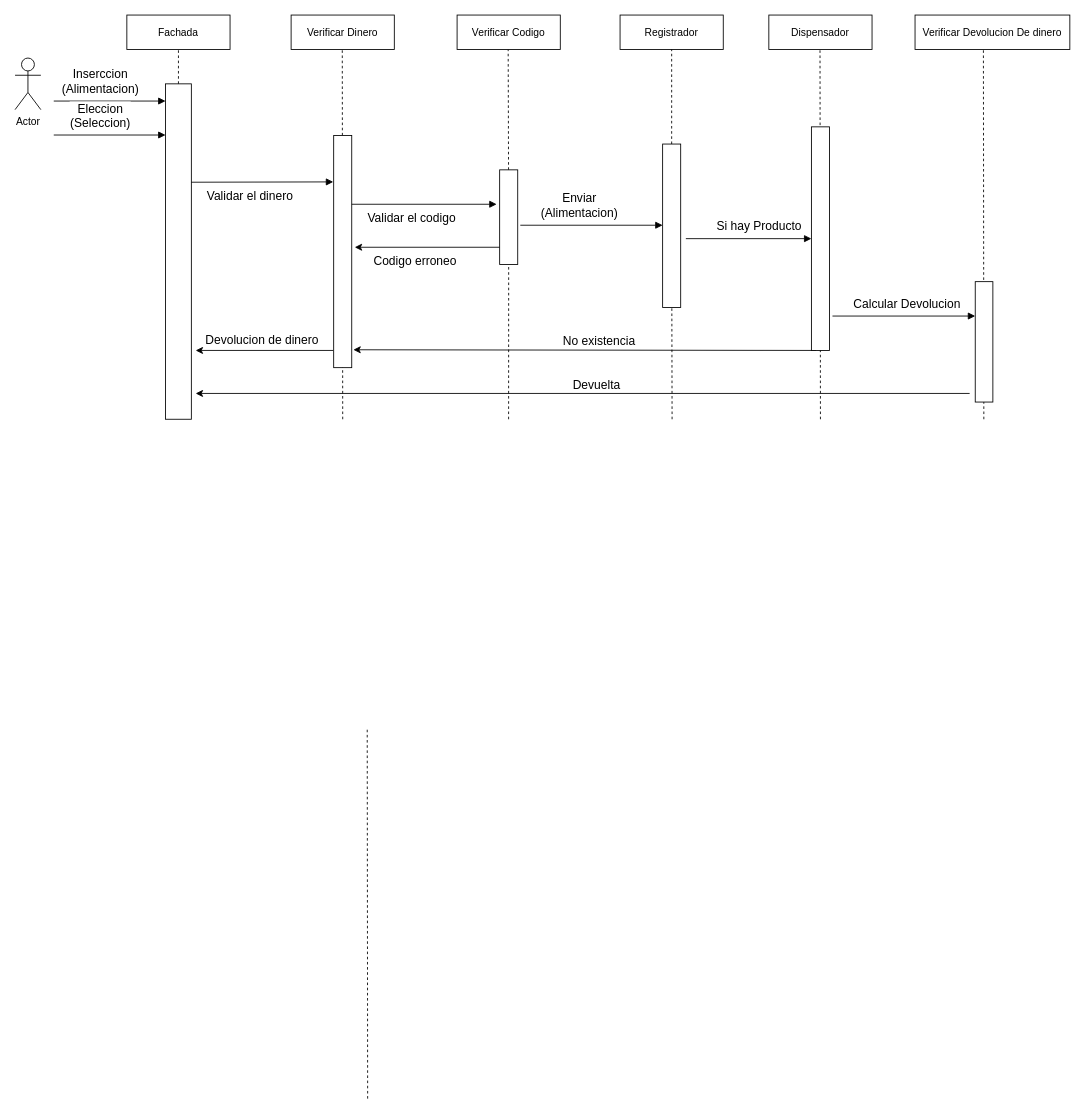
The draw.io diagram DiagramaSecuencias.drawio in DarkJ-18/DiagramaClasesKamiapp, before the edit. Source tidied: cells renumbered, new cells numbered last; positions are measured from the earlier drawing's top-left corner, leaving out a move shared by most shapes. Both pictures are drawn from the tidied source at 86%, with x=0, y=0 at pixel (15, 15).
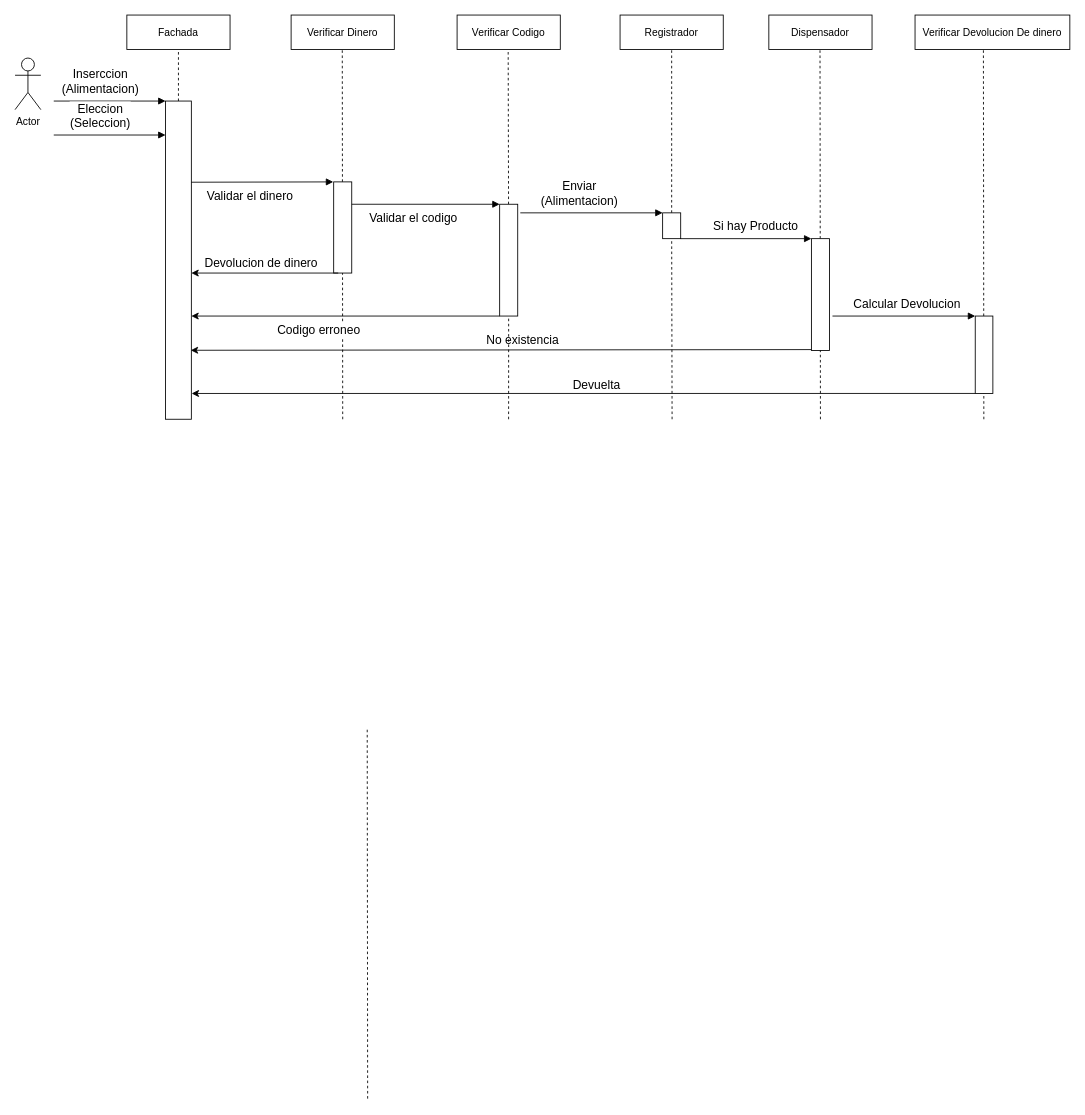
The same diagram, later.

Commit message:
se actualiza el diagrama de secuencias

Diff of the diagram source:
```diff
@@
     <mxCell id="13" style="rounded=0;whiteSpace=wrap;html=1;" parent="1" vertex="1">
-      <mxGeometry x="175" y="80" width="30" height="390" as="geometry" />
+      <mxGeometry x="175" y="100" width="30" height="370" as="geometry" />
     </mxCell>
@@
     <mxCell id="16" value="&lt;br&gt;" style="html=1;verticalAlign=top;endArrow=block;horizontal=0;" parent="1" edge="1">
       <mxGeometry relative="1" as="geometry">
-        <mxPoint x="587.5" y="244.4" as="sourcePoint" />
-        <mxPoint x="753" y="244.4" as="targetPoint" />
+        <mxPoint x="587.5" y="230" as="sourcePoint" />
+        <mxPoint x="753" y="230" as="targetPoint" />
       </mxGeometry>
     </mxCell>
@@
-    <mxCell id="18" value="&lt;br&gt;" style="html=1;verticalAlign=top;endArrow=none;horizontal=0;startArrow=classic;startFill=1;endFill=0;entryX=0.25;entryY=1;entryDx=0;entryDy=0;exitX=1.09;exitY=0.923;exitDx=0;exitDy=0;exitPerimeter=0;" parent="1" edge="1" source="26" target="23">
-      <mxGeometry relative="1" as="geometry" />
+    <mxCell id="18" value="&lt;br&gt;" style="html=1;verticalAlign=top;endArrow=none;horizontal=0;startArrow=classic;startFill=1;endFill=0;entryX=0.25;entryY=1;entryDx=0;entryDy=0;exitX=0.976;exitY=0.786;exitDx=0;exitDy=0;exitPerimeter=0;" parent="1" edge="1">
+      <mxGeometry relative="1" as="geometry">
+        <mxPoint x="204.3" y="389.8" as="sourcePoint" />
+        <mxPoint x="931.2" y="389" as="targetPoint" />
+      </mxGeometry>
     </mxCell>
@@
     <mxCell id="21" style="rounded=0;whiteSpace=wrap;html=1;" parent="1" vertex="1">
-      <mxGeometry x="753" y="150" width="21" height="190" as="geometry" />
+      <mxGeometry x="753" y="230" width="21" height="30" as="geometry" />
     </mxCell>
@@
     <mxCell id="23" style="rounded=0;whiteSpace=wrap;html=1;" parent="1" vertex="1">
-      <mxGeometry x="926" y="130" width="21" height="260" as="geometry" />
+      <mxGeometry x="926" y="260" width="21" height="130" as="geometry" />
     </mxCell>
@@
     <mxCell id="26" style="rounded=0;whiteSpace=wrap;html=1;" parent="1" vertex="1">
-      <mxGeometry x="370.5" y="140" width="21" height="270" as="geometry" />
+      <mxGeometry x="370.5" y="194" width="21" height="106" as="geometry" />
     </mxCell>
@@
-    <mxCell id="29" value="&lt;br&gt;" style="html=1;verticalAlign=top;endArrow=none;horizontal=0;endFill=0;startArrow=classic;startFill=1;" parent="1" edge="1">
+    <mxCell id="29" value="&lt;br&gt;" style="html=1;verticalAlign=top;endArrow=none;horizontal=0;endFill=0;startArrow=classic;startFill=1;entryX=0.25;entryY=1;entryDx=0;entryDy=0;" parent="1" edge="1" target="26">
       <mxGeometry relative="1" as="geometry">
-        <mxPoint x="210" y="390" as="sourcePoint" />
-        <mxPoint x="370" y="390" as="targetPoint" />
+        <mxPoint x="205" y="300" as="sourcePoint" />
       </mxGeometry>
     </mxCell>
@@
     <mxCell id="33" style="rounded=0;whiteSpace=wrap;html=1;" parent="1" vertex="1">
-      <mxGeometry x="1116.5" y="310" width="20.5" height="140" as="geometry" />
+      <mxGeometry x="1116.5" y="350" width="20.5" height="90" as="geometry" />
     </mxCell>
@@
-    <mxCell id="36" value="&lt;br&gt;" style="html=1;verticalAlign=top;endArrow=block;horizontal=0;" parent="1" edge="1">
+    <mxCell id="36" value="&lt;br&gt;" style="html=1;verticalAlign=top;endArrow=block;horizontal=0;exitX=1;exitY=1;exitDx=0;exitDy=0;" parent="1" edge="1" source="21">
       <mxGeometry relative="1" as="geometry">
-        <mxPoint x="780" y="260" as="sourcePoint" />
         <mxPoint x="926" y="260" as="targetPoint" />
       </mxGeometry>
     </mxCell>
@@
-    <mxCell id="38" value="&lt;br&gt;" style="html=1;verticalAlign=top;endArrow=none;horizontal=0;startArrow=classic;startFill=1;endFill=0;" parent="1" edge="1">
-      <mxGeometry relative="1" as="geometry">
-        <mxPoint x="210" y="440" as="sourcePoint" />
-        <mxPoint x="1110" y="440" as="targetPoint" />
-      </mxGeometry>
+    <mxCell id="38" value="&lt;br&gt;" style="html=1;verticalAlign=top;endArrow=none;horizontal=0;startArrow=classic;startFill=1;endFill=0;entryX=0;entryY=1;entryDx=0;entryDy=0;exitX=1.012;exitY=0.919;exitDx=0;exitDy=0;exitPerimeter=0;" parent="1" edge="1" source="13" target="33">
+      <mxGeometry relative="1" as="geometry" />
     </mxCell>
@@
-    <mxCell id="40" value="&lt;br&gt;" style="html=1;verticalAlign=top;endArrow=block;horizontal=0;" parent="1" edge="1">
+    <mxCell id="40" value="&lt;br&gt;" style="html=1;verticalAlign=top;endArrow=block;horizontal=0;entryX=0;entryY=0;entryDx=0;entryDy=0;" parent="1" edge="1" target="45">
       <mxGeometry relative="1" as="geometry">
         <mxPoint x="391.5" y="220" as="sourcePoint" />
-        <mxPoint x="560" y="220" as="targetPoint" />
       </mxGeometry>
     </mxCell>
@@
     <mxCell id="45" style="rounded=0;whiteSpace=wrap;html=1;" parent="1" vertex="1">
-      <mxGeometry x="563.5" y="180" width="21" height="110" as="geometry" />
+      <mxGeometry x="563.5" y="220" width="21" height="130" as="geometry" />
     </mxCell>
-    <mxCell id="46" value="&lt;br&gt;" style="html=1;verticalAlign=top;endArrow=none;horizontal=0;endFill=0;startArrow=classic;startFill=1;" parent="1" edge="1">
+    <mxCell id="46" value="&lt;br&gt;" style="html=1;verticalAlign=top;endArrow=none;horizontal=0;endFill=0;startArrow=classic;startFill=1;entryX=0;entryY=1;entryDx=0;entryDy=0;" parent="1" edge="1" target="45">
       <mxGeometry relative="1" as="geometry">
-        <mxPoint x="395" y="270" as="sourcePoint" />
-        <mxPoint x="563.5" y="270" as="targetPoint" />
+        <mxPoint x="205" y="350" as="sourcePoint" />
       </mxGeometry>
     </mxCell>
```
